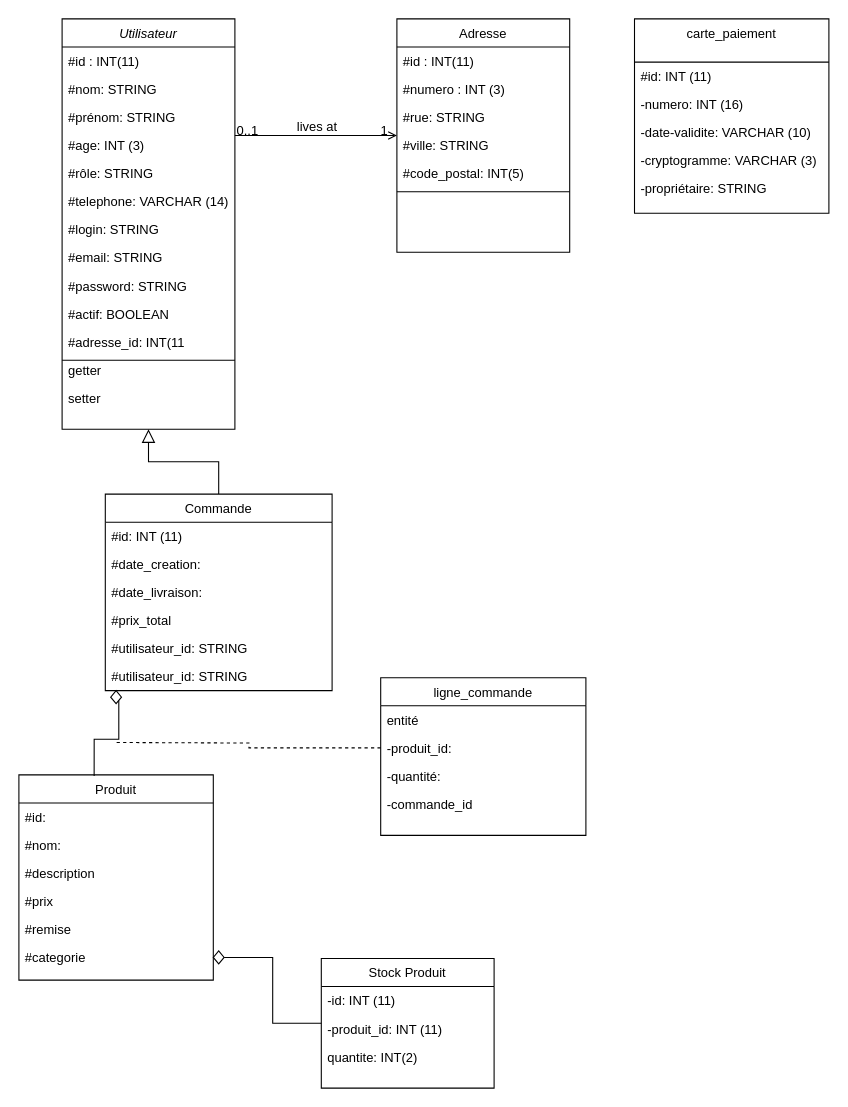
Before: ecommerce_diagram_class.drawio in Steony/BeautyBookerApp, a draw.io diagram. Source tidied: cells renumbered, new cells numbered last; positions are measured from the earlier drawing's top-left corner, leaving out a move shared by most shapes. Both pictures are drawn from the tidied source at 108%, with x=0, y=0 at pixel (18, 18).
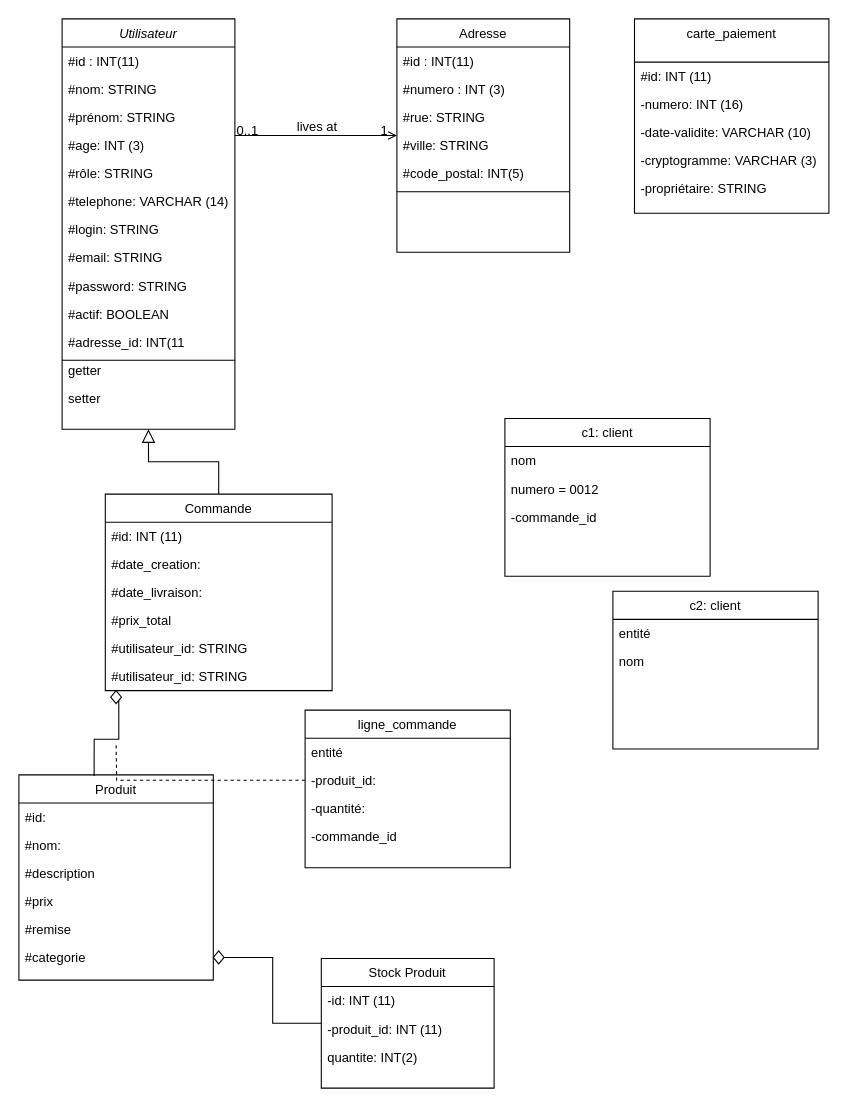
After the change.

Commit message:
Mettre à jour ecommerce_diagram_class.drawio

What changed in the source:
```diff
@@
     <mxCell id="25" value="ligne_commande" style="swimlane;fontStyle=0;align=center;verticalAlign=top;horizontal=1;startSize=26;rounded=0;shadow=0;strokeWidth=1;" parent="1" vertex="1">
-      <mxGeometry x="335" y="610" width="190" height="146" as="geometry" />
+      <mxGeometry x="265" y="640" width="190" height="146" as="geometry" />
     </mxCell>
@@
+    <mxCell id="64" value="c1: client" style="swimlane;fontStyle=0;align=center;verticalAlign=top;horizontal=1;startSize=26;rounded=0;shadow=0;strokeWidth=1;" parent="1" vertex="1">
+      <mxGeometry x="450" y="370" width="190" height="146" as="geometry" />
+    </mxCell>
+    <mxCell id="65" value="nom" style="text;align=left;verticalAlign=top;spacingLeft=4;spacingRight=4;overflow=hidden;" parent="64" vertex="1">
+      <mxGeometry y="26" width="190" height="26" as="geometry" />
+    </mxCell>
+    <mxCell id="66" value="numero = 0012" style="text;align=left;verticalAlign=top;spacingLeft=4;spacingRight=4;overflow=hidden;" parent="64" vertex="1">
+      <mxGeometry y="52" width="190" height="26" as="geometry" />
+    </mxCell>
+    <mxCell id="67" value="-commande_id" style="text;align=left;verticalAlign=top;spacingLeft=4;spacingRight=4;overflow=hidden;" parent="64" vertex="1">
+      <mxGeometry y="78" width="190" height="26" as="geometry" />
+    </mxCell>
+    <mxCell id="68" value="c2: client" style="swimlane;fontStyle=0;align=center;verticalAlign=top;horizontal=1;startSize=26;rounded=0;shadow=0;strokeWidth=1;" parent="1" vertex="1">
+      <mxGeometry x="550" y="530" width="190" height="146" as="geometry" />
+    </mxCell>
+    <mxCell id="69" value="entité" style="text;align=left;verticalAlign=top;spacingLeft=4;spacingRight=4;overflow=hidden;" parent="68" vertex="1">
+      <mxGeometry y="26" width="190" height="26" as="geometry" />
+    </mxCell>
+    <mxCell id="70" value="nom" style="text;align=left;verticalAlign=top;spacingLeft=4;spacingRight=4;overflow=hidden;" parent="68" vertex="1">
+      <mxGeometry y="52" width="190" height="26" as="geometry" />
+    </mxCell>
```
